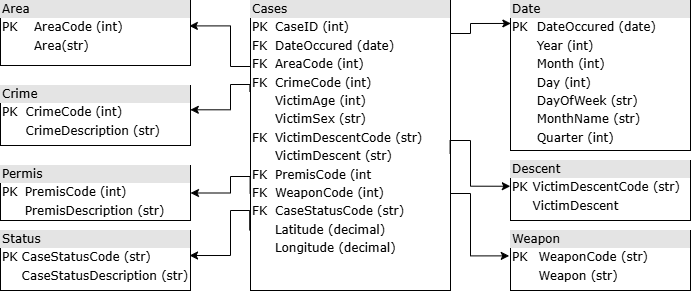
alex-kazos/spark-project keeps this draw.io diagram as img/cases_schema.drawio.png. Above is the earlier version. Source tidied: cells renumbered, new cells last; positions are measured from the earlier drawing's top-left corner, leaving out a move shared by most shapes.
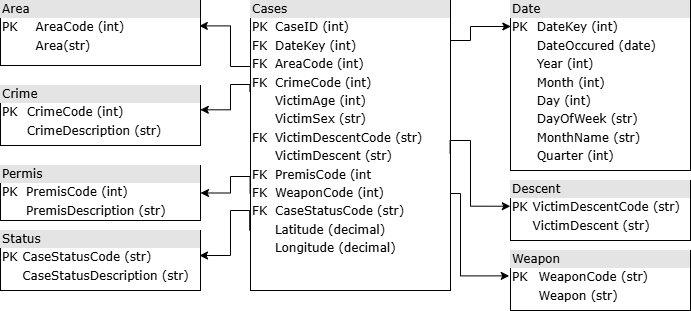
After the change.

Commit message:
master: refine schema and created csv files for the report

The edit, as a diff of the source:
```diff
@@ -2,40 +2,41 @@
   <root>
     <mxCell id="0" />
     <mxCell id="1" parent="0" />
-    <mxCell id="2" style="edgeStyle=orthogonalEdgeStyle;html=1;entryX=0.5;entryY=0;dashed=1;labelBackgroundColor=none;startArrow=ERmandOne;endArrow=ERoneToMany;fontFamily=Verdana;fontSize=12;align=left;" parent="1" edge="1" source="x">
+    <mxCell id="2" style="edgeStyle=orthogonalEdgeStyle;html=1;entryX=0.5;entryY=0;dashed=1;labelBackgroundColor=none;startArrow=ERmandOne;endArrow=ERoneToMany;fontFamily=Verdana;fontSize=12;align=left;" parent="1" edge="1">
       <mxGeometry relative="1" as="geometry">
         <mxPoint x="450" y="210" as="targetPoint" />
       </mxGeometry>
     </mxCell>
-    <mxCell id="3" value="&lt;div style=&quot;box-sizing: border-box; width: 100%; background: rgb(228, 228, 228); padding: 2px;&quot;&gt;Cases&lt;/div&gt;&lt;table style=&quot;width: 100% ; font-size: 1em&quot; cellpadding=&quot;2&quot; cellspacing=&quot;0&quot;&gt;&lt;tbody&gt;&lt;tr&gt;&lt;td&gt;PK&lt;/td&gt;&lt;td&gt;CaseID (int)&lt;/td&gt;&lt;/tr&gt;&lt;tr&gt;&lt;td&gt;FK&lt;/td&gt;&lt;td&gt;DateOccured (date)&lt;/td&gt;&lt;/tr&gt;&lt;tr&gt;&lt;td&gt;FK&lt;/td&gt;&lt;td&gt;AreaCode (int)&lt;/td&gt;&lt;/tr&gt;&lt;tr&gt;&lt;td&gt;FK&lt;/td&gt;&lt;td&gt;CrimeCode (int)&lt;br&gt;&lt;/td&gt;&lt;/tr&gt;&lt;tr&gt;&lt;td&gt;&lt;br&gt;&lt;/td&gt;&lt;td&gt;VictimAge (int)&lt;br&gt;&lt;/td&gt;&lt;/tr&gt;&lt;tr&gt;&lt;td&gt;&lt;br&gt;&lt;/td&gt;&lt;td&gt;VictimSex (str)&amp;nbsp;&lt;br&gt;&lt;/td&gt;&lt;/tr&gt;&lt;tr&gt;&lt;td&gt;FK&lt;/td&gt;&lt;td&gt;VictimDescentCode (str)&lt;br&gt;&lt;/td&gt;&lt;/tr&gt;&lt;tr&gt;&lt;td&gt;&lt;br&gt;&lt;/td&gt;&lt;td&gt;VictimDescent (str)&lt;br&gt;&lt;/td&gt;&lt;/tr&gt;&lt;tr&gt;&lt;td&gt;FK&lt;/td&gt;&lt;td&gt;PremisCode (int&amp;nbsp;&lt;br&gt;&lt;/td&gt;&lt;/tr&gt;&lt;tr&gt;&lt;td&gt;FK&lt;/td&gt;&lt;td&gt;WeaponCode (int)&lt;br&gt;&lt;/td&gt;&lt;/tr&gt;&lt;tr&gt;&lt;td&gt;FK&lt;/td&gt;&lt;td&gt;CaseStatusCode (str)&lt;br&gt;&lt;/td&gt;&lt;/tr&gt;&lt;tr&gt;&lt;td&gt;&lt;br&gt;&lt;/td&gt;&lt;td&gt;Latitude (decimal)&amp;nbsp;&lt;br&gt;&lt;/td&gt;&lt;/tr&gt;&lt;tr&gt;&lt;td&gt;&lt;br&gt;&lt;/td&gt;&lt;td&gt;Longitude (decimal)&lt;/td&gt;&lt;/tr&gt;&lt;/tbody&gt;&lt;/table&gt;" style="verticalAlign=top;align=left;overflow=fill;html=1;rounded=0;shadow=0;comic=0;labelBackgroundColor=none;strokeWidth=1;fontFamily=Verdana;fontSize=12;" parent="1" vertex="1">
+    <mxCell id="3" value="&lt;div style=&quot;box-sizing: border-box; width: 100%; background: rgb(228, 228, 228); padding: 2px;&quot;&gt;Cases&lt;/div&gt;&lt;table style=&quot;width: 100% ; font-size: 1em&quot; cellpadding=&quot;2&quot; cellspacing=&quot;0&quot;&gt;&lt;tbody&gt;&lt;tr&gt;&lt;td&gt;PK&lt;/td&gt;&lt;td&gt;CaseID (int)&lt;/td&gt;&lt;/tr&gt;&lt;tr&gt;&lt;td&gt;FK&lt;/td&gt;&lt;td&gt;DateKey&amp;nbsp;(int)&lt;/td&gt;&lt;/tr&gt;&lt;tr&gt;&lt;td&gt;FK&lt;/td&gt;&lt;td&gt;AreaCode (int)&lt;/td&gt;&lt;/tr&gt;&lt;tr&gt;&lt;td&gt;FK&lt;/td&gt;&lt;td&gt;CrimeCode (int)&lt;br&gt;&lt;/td&gt;&lt;/tr&gt;&lt;tr&gt;&lt;td&gt;&lt;br&gt;&lt;/td&gt;&lt;td&gt;VictimAge (int)&lt;br&gt;&lt;/td&gt;&lt;/tr&gt;&lt;tr&gt;&lt;td&gt;&lt;br&gt;&lt;/td&gt;&lt;td&gt;VictimSex (str)&amp;nbsp;&lt;br&gt;&lt;/td&gt;&lt;/tr&gt;&lt;tr&gt;&lt;td&gt;FK&lt;/td&gt;&lt;td&gt;VictimDescentCode (str)&lt;br&gt;&lt;/td&gt;&lt;/tr&gt;&lt;tr&gt;&lt;td&gt;&lt;br&gt;&lt;/td&gt;&lt;td&gt;VictimDescent (str)&lt;br&gt;&lt;/td&gt;&lt;/tr&gt;&lt;tr&gt;&lt;td&gt;FK&lt;/td&gt;&lt;td&gt;PremisCode (int&amp;nbsp;&lt;br&gt;&lt;/td&gt;&lt;/tr&gt;&lt;tr&gt;&lt;td&gt;FK&lt;/td&gt;&lt;td&gt;WeaponCode (int)&lt;br&gt;&lt;/td&gt;&lt;/tr&gt;&lt;tr&gt;&lt;td&gt;FK&lt;/td&gt;&lt;td&gt;CaseStatusCode (str)&lt;br&gt;&lt;/td&gt;&lt;/tr&gt;&lt;tr&gt;&lt;td&gt;&lt;br&gt;&lt;/td&gt;&lt;td&gt;Latitude (decimal)&amp;nbsp;&lt;br&gt;&lt;/td&gt;&lt;/tr&gt;&lt;tr&gt;&lt;td&gt;&lt;br&gt;&lt;/td&gt;&lt;td&gt;Longitude (decimal)&lt;/td&gt;&lt;/tr&gt;&lt;/tbody&gt;&lt;/table&gt;" style="verticalAlign=top;align=left;overflow=fill;html=1;rounded=0;shadow=0;comic=0;labelBackgroundColor=none;strokeWidth=1;fontFamily=Verdana;fontSize=12;" parent="1" vertex="1">
       <mxGeometry x="250" width="200" height="290" as="geometry" />
     </mxCell>
     <mxCell id="4" value="&lt;div style=&quot;box-sizing: border-box; width: 100%; background: rgb(228, 228, 228); padding: 2px;&quot;&gt;Crime&lt;/div&gt;&lt;table style=&quot;width: 100% ; font-size: 1em&quot; cellpadding=&quot;2&quot; cellspacing=&quot;0&quot;&gt;&lt;tbody&gt;&lt;tr&gt;&lt;td&gt;PK&lt;/td&gt;&lt;td&gt;CrimeCode (int)&lt;/td&gt;&lt;/tr&gt;&lt;tr&gt;&lt;td&gt;&lt;br&gt;&lt;/td&gt;&lt;td&gt;CrimeDescription (str)&lt;/td&gt;&lt;/tr&gt;&lt;/tbody&gt;&lt;/table&gt;" style="verticalAlign=top;align=left;overflow=fill;html=1;rounded=0;shadow=0;comic=0;labelBackgroundColor=none;strokeWidth=1;fontFamily=Verdana;fontSize=12;" parent="1" vertex="1">
-      <mxGeometry y="85" width="190" height="60" as="geometry" />
+      <mxGeometry y="85" width="200" height="60" as="geometry" />
     </mxCell>
-    <mxCell id="5" value="&lt;div style=&quot;box-sizing: border-box; width: 100%; background: rgb(228, 228, 228); padding: 2px;&quot;&gt;Descent&lt;/div&gt;&lt;table style=&quot;width: 100% ; font-size: 1em&quot; cellpadding=&quot;2&quot; cellspacing=&quot;0&quot;&gt;&lt;tbody&gt;&lt;tr&gt;&lt;td&gt;PK&lt;/td&gt;&lt;td&gt;VictimDescentCode (str)&lt;/td&gt;&lt;/tr&gt;&lt;tr&gt;&lt;td&gt;&lt;br&gt;&lt;/td&gt;&lt;td&gt;VictimDescent&amp;nbsp;&lt;/td&gt;&lt;/tr&gt;&lt;/tbody&gt;&lt;/table&gt;" style="verticalAlign=top;align=left;overflow=fill;html=1;rounded=0;shadow=0;comic=0;labelBackgroundColor=none;strokeWidth=1;fontFamily=Verdana;fontSize=12;" parent="1" vertex="1">
-      <mxGeometry x="510" y="160" width="180" height="60" as="geometry" />
+    <mxCell id="5" value="&lt;div style=&quot;box-sizing: border-box; width: 100%; background: rgb(228, 228, 228); padding: 2px;&quot;&gt;Descent&lt;/div&gt;&lt;table style=&quot;width: 100% ; font-size: 1em&quot; cellpadding=&quot;2&quot; cellspacing=&quot;0&quot;&gt;&lt;tbody&gt;&lt;tr&gt;&lt;td&gt;PK&lt;/td&gt;&lt;td&gt;VictimDescentCode (str)&lt;/td&gt;&lt;/tr&gt;&lt;tr&gt;&lt;td&gt;&lt;br&gt;&lt;/td&gt;&lt;td&gt;VictimDescent (str)&lt;/td&gt;&lt;/tr&gt;&lt;/tbody&gt;&lt;/table&gt;" style="verticalAlign=top;align=left;overflow=fill;html=1;rounded=0;shadow=0;comic=0;labelBackgroundColor=none;strokeWidth=1;fontFamily=Verdana;fontSize=12;" parent="1" vertex="1">
+      <mxGeometry x="510" y="180" width="180" height="60" as="geometry" />
     </mxCell>
     <mxCell id="6" value="&lt;div style=&quot;box-sizing: border-box; width: 100%; background: rgb(228, 228, 228); padding: 2px;&quot;&gt;Permis&lt;/div&gt;&lt;table style=&quot;width: 100% ; font-size: 1em&quot; cellpadding=&quot;2&quot; cellspacing=&quot;0&quot;&gt;&lt;tbody&gt;&lt;tr&gt;&lt;td&gt;PK&lt;/td&gt;&lt;td&gt;PremisCode (int)&lt;/td&gt;&lt;/tr&gt;&lt;tr&gt;&lt;td&gt;&lt;br&gt;&lt;/td&gt;&lt;td&gt;PremisDescription (str)&lt;/td&gt;&lt;/tr&gt;&lt;/tbody&gt;&lt;/table&gt;" style="verticalAlign=top;align=left;overflow=fill;html=1;rounded=0;shadow=0;comic=0;labelBackgroundColor=none;strokeWidth=1;fontFamily=Verdana;fontSize=12;" parent="1" vertex="1">
-      <mxGeometry y="165" width="190" height="55" as="geometry" />
+      <mxGeometry y="165" width="200" height="55" as="geometry" />
     </mxCell>
     <mxCell id="7" value="&lt;div style=&quot;box-sizing: border-box; width: 100%; background: rgb(228, 228, 228); padding: 2px;&quot;&gt;Weapon&lt;/div&gt;&lt;table style=&quot;width: 100% ; font-size: 1em&quot; cellpadding=&quot;2&quot; cellspacing=&quot;0&quot;&gt;&lt;tbody&gt;&lt;tr&gt;&lt;td&gt;PK&lt;/td&gt;&lt;td&gt;WeaponCode (str)&lt;/td&gt;&lt;/tr&gt;&lt;tr&gt;&lt;td&gt;&lt;br&gt;&lt;/td&gt;&lt;td&gt;Weapon (str)&lt;/td&gt;&lt;/tr&gt;&lt;/tbody&gt;&lt;/table&gt;" style="verticalAlign=top;align=left;overflow=fill;html=1;rounded=0;shadow=0;comic=0;labelBackgroundColor=none;strokeWidth=1;fontFamily=Verdana;fontSize=12;" parent="1" vertex="1">
-      <mxGeometry x="510" y="230" width="180" height="60" as="geometry" />
+      <mxGeometry x="510" y="250" width="180" height="60" as="geometry" />
     </mxCell>
     <mxCell id="8" value="&lt;div style=&quot;box-sizing: border-box; width: 100%; background: rgb(228, 228, 228); padding: 2px;&quot;&gt;Status&lt;/div&gt;&lt;table style=&quot;width: 100% ; font-size: 1em&quot; cellpadding=&quot;2&quot; cellspacing=&quot;0&quot;&gt;&lt;tbody&gt;&lt;tr&gt;&lt;td&gt;PK&lt;/td&gt;&lt;td&gt;CaseStatusCode (str)&lt;/td&gt;&lt;/tr&gt;&lt;tr&gt;&lt;td&gt;&lt;br&gt;&lt;/td&gt;&lt;td&gt;CaseStatusDescription (str)&amp;nbsp;&lt;/td&gt;&lt;/tr&gt;&lt;/tbody&gt;&lt;/table&gt;" style="verticalAlign=top;align=left;overflow=fill;html=1;rounded=0;shadow=0;comic=0;labelBackgroundColor=none;strokeWidth=1;fontFamily=Verdana;fontSize=12;" parent="1" vertex="1">
-      <mxGeometry y="230" width="190" height="60" as="geometry" />
+      <mxGeometry y="230" width="200" height="60" as="geometry" />
     </mxCell>
     <mxCell id="9" value="&lt;div style=&quot;box-sizing: border-box; width: 100%; background: rgb(228, 228, 228); padding: 2px;&quot;&gt;Area&lt;/div&gt;&lt;table style=&quot;width: 100% ; font-size: 1em&quot; cellpadding=&quot;2&quot; cellspacing=&quot;0&quot;&gt;&lt;tbody&gt;&lt;tr&gt;&lt;td&gt;PK&lt;/td&gt;&lt;td&gt;AreaCode (int)&amp;nbsp;&lt;/td&gt;&lt;/tr&gt;&lt;tr&gt;&lt;td&gt;&lt;br&gt;&lt;/td&gt;&lt;td&gt;Area(str)&lt;/td&gt;&lt;/tr&gt;&lt;/tbody&gt;&lt;/table&gt;" style="verticalAlign=top;align=left;overflow=fill;html=1;rounded=0;shadow=0;comic=0;labelBackgroundColor=none;strokeWidth=1;fontFamily=Verdana;fontSize=12;" parent="1" vertex="1">
-      <mxGeometry width="190" height="65" as="geometry" />
+      <mxGeometry width="200" height="65" as="geometry" />
     </mxCell>
-    <mxCell id="10" value="&lt;div style=&quot;box-sizing: border-box; width: 100%; background: rgb(228, 228, 228); padding: 2px;&quot;&gt;Date&lt;/div&gt;&lt;table style=&quot;width: 100% ; font-size: 1em&quot; cellpadding=&quot;2&quot; cellspacing=&quot;0&quot;&gt;&lt;tbody&gt;&lt;tr&gt;&lt;td&gt;PK&lt;/td&gt;&lt;td&gt;DateOccured (date)&lt;/td&gt;&lt;/tr&gt;&lt;tr&gt;&lt;td&gt;&lt;/td&gt;&lt;td&gt;Year (int)&lt;/td&gt;&lt;/tr&gt;&lt;tr&gt;&lt;td&gt;&lt;br&gt;&lt;/td&gt;&lt;td&gt;Month (int)&lt;/td&gt;&lt;/tr&gt;&lt;tr&gt;&lt;td&gt;&lt;br&gt;&lt;/td&gt;&lt;td&gt;Day (int)&amp;nbsp;&lt;/td&gt;&lt;/tr&gt;&lt;tr&gt;&lt;td&gt;&lt;br&gt;&lt;/td&gt;&lt;td&gt;DayOfWeek (str)&amp;nbsp;&lt;/td&gt;&lt;/tr&gt;&lt;tr&gt;&lt;td&gt;&lt;br&gt;&lt;/td&gt;&lt;td&gt;MonthName (str)&lt;/td&gt;&lt;/tr&gt;&lt;tr&gt;&lt;td&gt;&lt;br&gt;&lt;/td&gt;&lt;td&gt;Quarter (int)&lt;/td&gt;&lt;/tr&gt;&lt;/tbody&gt;&lt;/table&gt;" style="verticalAlign=top;align=left;overflow=fill;html=1;rounded=0;shadow=0;comic=0;labelBackgroundColor=none;strokeWidth=1;fontFamily=Verdana;fontSize=12;" parent="1" vertex="1">
-      <mxGeometry x="510" width="180" height="150" as="geometry" />
+    <mxCell id="10" value="&lt;div style=&quot;box-sizing: border-box; width: 100%; background: rgb(228, 228, 228); padding: 2px;&quot;&gt;Date&lt;/div&gt;&lt;table style=&quot;width: 100% ; font-size: 1em&quot; cellpadding=&quot;2&quot; cellspacing=&quot;0&quot;&gt;&lt;tbody&gt;&lt;tr&gt;&lt;td&gt;PK&lt;/td&gt;&lt;td&gt;DateKey (int)&lt;/td&gt;&lt;/tr&gt;&lt;tr&gt;&lt;td&gt;&lt;br&gt;&lt;/td&gt;&lt;td&gt;DateOccured (date)&lt;/td&gt;&lt;/tr&gt;&lt;tr&gt;&lt;td&gt;&lt;/td&gt;&lt;td&gt;Year (int)&lt;/td&gt;&lt;/tr&gt;&lt;tr&gt;&lt;td&gt;&lt;br&gt;&lt;/td&gt;&lt;td&gt;Month (int)&lt;/td&gt;&lt;/tr&gt;&lt;tr&gt;&lt;td&gt;&lt;br&gt;&lt;/td&gt;&lt;td&gt;Day (int)&amp;nbsp;&lt;/td&gt;&lt;/tr&gt;&lt;tr&gt;&lt;td&gt;&lt;br&gt;&lt;/td&gt;&lt;td&gt;DayOfWeek (str)&amp;nbsp;&lt;/td&gt;&lt;/tr&gt;&lt;tr&gt;&lt;td&gt;&lt;br&gt;&lt;/td&gt;&lt;td&gt;MonthName (str)&lt;/td&gt;&lt;/tr&gt;&lt;tr&gt;&lt;td&gt;&lt;br&gt;&lt;/td&gt;&lt;td&gt;Quarter (int)&lt;/td&gt;&lt;/tr&gt;&lt;/tbody&gt;&lt;/table&gt;" style="verticalAlign=top;align=left;overflow=fill;html=1;rounded=0;shadow=0;comic=0;labelBackgroundColor=none;strokeWidth=1;fontFamily=Verdana;fontSize=12;" parent="1" vertex="1">
+      <mxGeometry x="510" width="180" height="170" as="geometry" />
     </mxCell>
     <mxCell id="11" style="edgeStyle=orthogonalEdgeStyle;rounded=0;jettySize=auto;html=1;exitX=1;exitY=0.125;exitDx=0;exitDy=0;exitPerimeter=0;entryX=0.002;entryY=0.153;entryDx=0;entryDy=0;entryPerimeter=0;" parent="1" edge="1" source="3" target="10">
       <mxGeometry relative="1" as="geometry">
         <Array as="points">
-          <mxPoint x="470" y="33" />
-          <mxPoint x="470" y="23" />
+          <mxPoint x="450" y="40" />
+          <mxPoint x="470" y="40" />
+          <mxPoint x="470" y="26" />
         </Array>
       </mxGeometry>
     </mxCell>
@@ -58,8 +59,9 @@
     <mxCell id="14" style="edgeStyle=orthogonalEdgeStyle;rounded=0;jettySize=auto;html=1;entryX=-0.001;entryY=0.429;entryDx=0;entryDy=0;entryPerimeter=0;exitX=0.998;exitY=0.529;exitDx=0;exitDy=0;exitPerimeter=0;" parent="1" edge="1" source="3" target="5">
       <mxGeometry relative="1" as="geometry">
         <Array as="points">
+          <mxPoint x="450" y="140" />
           <mxPoint x="470" y="140" />
-          <mxPoint x="470" y="186" />
+          <mxPoint x="470" y="206" />
         </Array>
       </mxGeometry>
     </mxCell>
@@ -82,8 +84,9 @@
     <mxCell id="17" style="edgeStyle=orthogonalEdgeStyle;rounded=0;jettySize=auto;html=1;entryX=-0.007;entryY=0.423;entryDx=0;entryDy=0;entryPerimeter=0;exitX=1;exitY=0.728;exitDx=0;exitDy=0;exitPerimeter=0;" parent="1" edge="1" source="3" target="7">
       <mxGeometry relative="1" as="geometry">
         <Array as="points">
-          <mxPoint x="470" y="193" />
-          <mxPoint x="470" y="255" />
+          <mxPoint x="450" y="193" />
+          <mxPoint x="460" y="193" />
+          <mxPoint x="460" y="275" />
         </Array>
       </mxGeometry>
     </mxCell>
```
